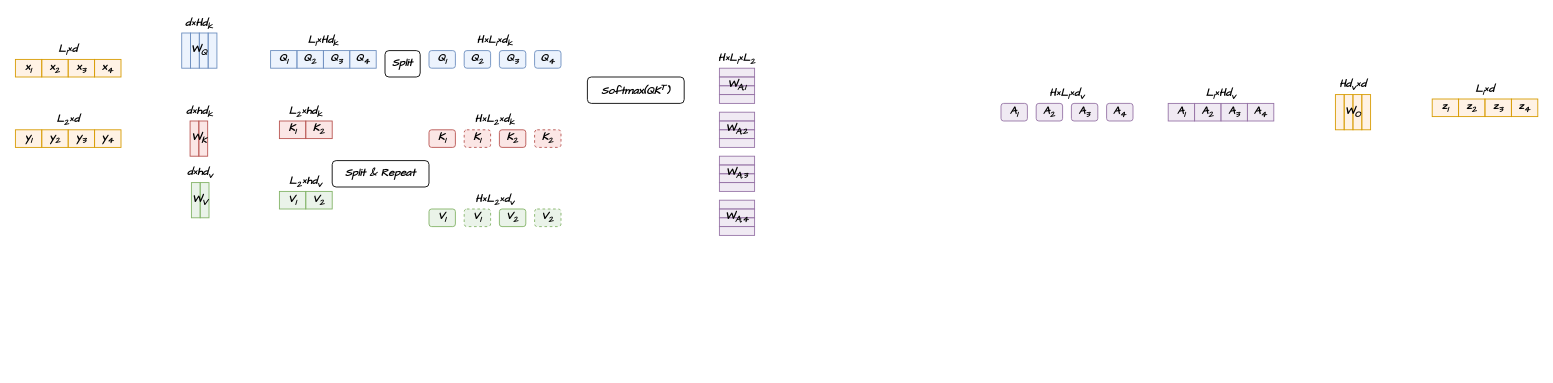
Above: page "第 2 页" (2 of 2) of 未命名绘图2.drawio in ZhangzeqingCN/api-project (draw.io), before the change. Source tidied: cells renumbered, new cells numbered last; positions are measured from the earlier drawing's top-left corner, leaving out a move shared by most shapes. Both pictures are drawn from the tidied source at 88%, with x=0, y=0 at pixel (15, 15).
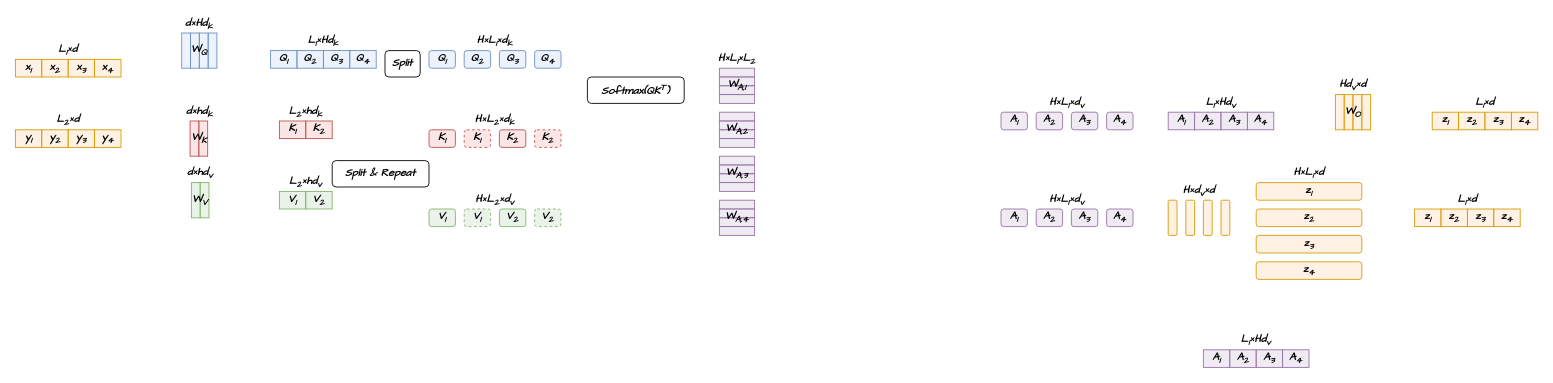
Above is the later version.

Commit message (it also covers changes not shown here):
更新未命名绘图2.drawio

What changed in the source:
```diff
@@
     <mxCell id="85" style="group;" parent="1" vertex="1">
-      <mxGeometry x="1610" y="75" width="120" height="40" as="geometry" />
+      <mxGeometry x="1610" y="90" width="120" height="40" as="geometry" />
     </mxCell>
@@
     <mxCell id="91" style="group;" parent="1" vertex="1">
-      <mxGeometry x="1120" y="80" width="150" height="40" as="geometry" />
+      <mxGeometry x="1120" y="90" width="150" height="40" as="geometry" />
     </mxCell>
@@
     <mxCell id="97" style="group;" parent="1" vertex="1">
-      <mxGeometry x="1310" y="80" width="120" height="40" as="geometry" />
+      <mxGeometry x="1310" y="90" width="120" height="40" as="geometry" />
     </mxCell>
@@
+    <mxCell id="110" style="group;" parent="1" vertex="1">
+      <mxGeometry x="1120" y="200" width="150" height="40" as="geometry" />
+    </mxCell>
+    <mxCell id="111" value="&lt;span&gt;&lt;span&gt;A&lt;sub&gt;1&lt;/sub&gt;&lt;/span&gt;&lt;/span&gt;" style="rounded=1;whiteSpace=wrap;html=1;rotation=0;fillColor=#e1d5e7;strokeColor=#9673a6;fillOpacity=50;fontFamily=Comic Sans MS;fontStyle=3;" parent="110" vertex="1">
+      <mxGeometry y="20" width="30" height="20" as="geometry" />
+    </mxCell>
+    <mxCell id="112" value="&lt;span&gt;&lt;span&gt;A&lt;sub&gt;2&lt;/sub&gt;&lt;/span&gt;&lt;/span&gt;" style="rounded=1;whiteSpace=wrap;html=1;rotation=0;fillColor=#e1d5e7;strokeColor=#9673a6;fillOpacity=50;fontFamily=Comic Sans MS;fontStyle=3;" parent="110" vertex="1">
+      <mxGeometry x="40" y="20" width="30" height="20" as="geometry" />
+    </mxCell>
+    <mxCell id="113" value="&lt;span&gt;&lt;span&gt;A&lt;sub&gt;3&lt;/sub&gt;&lt;/span&gt;&lt;/span&gt;" style="rounded=1;whiteSpace=wrap;html=1;rotation=0;fillColor=#e1d5e7;strokeColor=#9673a6;fillOpacity=50;fontFamily=Comic Sans MS;fontStyle=3;" parent="110" vertex="1">
+      <mxGeometry x="80" y="20" width="30" height="20" as="geometry" />
+    </mxCell>
+    <mxCell id="114" value="&lt;span&gt;&lt;span&gt;A&lt;sub&gt;4&lt;/sub&gt;&lt;/span&gt;&lt;/span&gt;" style="rounded=1;whiteSpace=wrap;html=1;rotation=0;fillColor=#e1d5e7;strokeColor=#9673a6;fillOpacity=50;fontFamily=Comic Sans MS;fontStyle=3;" parent="110" vertex="1">
+      <mxGeometry x="120" y="20" width="30" height="20" as="geometry" />
+    </mxCell>
+    <mxCell id="115" value="&lt;font&gt;H×&lt;span&gt;&lt;span&gt;L&lt;sub&gt;1&lt;/sub&gt;×d&lt;sub&gt;v&lt;/sub&gt;&lt;/span&gt;&lt;/span&gt;&lt;/font&gt;" style="text;html=1;align=center;verticalAlign=middle;whiteSpace=wrap;rounded=1;fontFamily=Comic Sans MS;fontStyle=3;" parent="110" vertex="1">
+      <mxGeometry width="150" height="20" as="geometry" />
+    </mxCell>
+    <mxCell id="116" style="group;" parent="1" vertex="1">
+      <mxGeometry x="1350" y="360" width="120" height="40" as="geometry" />
+    </mxCell>
+    <mxCell id="117" value="&lt;span&gt;&lt;span&gt;A&lt;sub&gt;1&lt;/sub&gt;&lt;/span&gt;&lt;/span&gt;" style="rounded=0;whiteSpace=wrap;html=1;rotation=0;fillColor=#e1d5e7;strokeColor=#9673a6;fillOpacity=50;fontFamily=Comic Sans MS;fontStyle=3;" parent="116" vertex="1">
+      <mxGeometry y="20" width="30" height="20" as="geometry" />
+    </mxCell>
+    <mxCell id="118" value="&lt;span&gt;&lt;span&gt;A&lt;sub&gt;2&lt;/sub&gt;&lt;/span&gt;&lt;/span&gt;" style="rounded=0;whiteSpace=wrap;html=1;rotation=0;fillColor=#e1d5e7;strokeColor=#9673a6;fillOpacity=50;fontFamily=Comic Sans MS;fontStyle=3;" parent="116" vertex="1">
+      <mxGeometry x="30" y="20" width="30" height="20" as="geometry" />
+    </mxCell>
+    <mxCell id="119" value="&lt;span&gt;&lt;span&gt;A&lt;sub&gt;3&lt;/sub&gt;&lt;/span&gt;&lt;/span&gt;" style="rounded=0;whiteSpace=wrap;html=1;rotation=0;fillColor=#e1d5e7;strokeColor=#9673a6;fillOpacity=50;fontFamily=Comic Sans MS;fontStyle=3;" parent="116" vertex="1">
+      <mxGeometry x="60" y="20" width="30" height="20" as="geometry" />
+    </mxCell>
+    <mxCell id="120" value="&lt;span&gt;&lt;span&gt;A&lt;sub&gt;4&lt;/sub&gt;&lt;/span&gt;&lt;/span&gt;" style="rounded=0;whiteSpace=wrap;html=1;rotation=0;fillColor=#e1d5e7;strokeColor=#9673a6;fillOpacity=50;fontFamily=Comic Sans MS;fontStyle=3;" parent="116" vertex="1">
+      <mxGeometry x="90" y="20" width="30" height="20" as="geometry" />
+    </mxCell>
+    <mxCell id="121" value="&lt;font&gt;&lt;span&gt;&lt;span&gt;L&lt;sub&gt;1&lt;/sub&gt;×Hd&lt;sub&gt;v&lt;/sub&gt;&lt;/span&gt;&lt;/span&gt;&lt;/font&gt;" style="text;html=1;align=center;verticalAlign=middle;whiteSpace=wrap;rounded=1;fontFamily=Comic Sans MS;fontStyle=3;" parent="116" vertex="1">
+      <mxGeometry width="120" height="20" as="geometry" />
+    </mxCell>
+    <mxCell id="122" value="&lt;font&gt;H×d&lt;sub&gt;v&lt;/sub&gt;×&lt;span&gt;&lt;span&gt;d&lt;/span&gt;&lt;/span&gt;&lt;/font&gt;" style="text;html=1;align=center;verticalAlign=middle;whiteSpace=wrap;rounded=0;fontFamily=Comic Sans MS;fontStyle=3;" parent="1" vertex="1">
+      <mxGeometry x="1310" y="190" width="70" height="20" as="geometry" />
+    </mxCell>
+    <mxCell id="123" style="rounded=1;whiteSpace=wrap;html=1;rotation=0;fillColor=#ffe6cc;strokeColor=#d79b00;fillOpacity=50;fontSize=6;fontFamily=Comic Sans MS;fontStyle=3;" parent="1" vertex="1">
+      <mxGeometry x="1310" y="210" width="10" height="40" as="geometry" />
+    </mxCell>
+    <mxCell id="124" style="rounded=1;whiteSpace=wrap;html=1;rotation=0;fillColor=#ffe6cc;strokeColor=#d79b00;fillOpacity=50;fontSize=6;fontFamily=Comic Sans MS;fontStyle=3;" parent="1" vertex="1">
+      <mxGeometry x="1350" y="210" width="10" height="40" as="geometry" />
+    </mxCell>
+    <mxCell id="125" style="rounded=1;whiteSpace=wrap;html=1;rotation=0;fillColor=#ffe6cc;strokeColor=#d79b00;fillOpacity=50;fontSize=6;fontFamily=Comic Sans MS;fontStyle=3;" parent="1" vertex="1">
+      <mxGeometry x="1330" y="210" width="10" height="40" as="geometry" />
+    </mxCell>
+    <mxCell id="126" style="rounded=1;whiteSpace=wrap;html=1;rotation=0;fillColor=#ffe6cc;strokeColor=#d79b00;fillOpacity=50;fontSize=6;fontFamily=Comic Sans MS;fontStyle=3;" parent="1" vertex="1">
+      <mxGeometry x="1370" y="210" width="10" height="40" as="geometry" />
+    </mxCell>
+    <mxCell id="127" value="&lt;span&gt;&lt;span&gt;z&lt;sub&gt;1&lt;/sub&gt;&lt;/span&gt;&lt;/span&gt;" style="rounded=1;whiteSpace=wrap;html=1;rotation=0;fillColor=#ffe6cc;strokeColor=#d79b00;fillOpacity=50;fontFamily=Comic Sans MS;fontStyle=3;" parent="1" vertex="1">
+      <mxGeometry x="1410" y="190" width="120" height="20" as="geometry" />
+    </mxCell>
+    <mxCell id="128" value="&lt;span&gt;&lt;span&gt;z&lt;sub&gt;2&lt;/sub&gt;&lt;/span&gt;&lt;/span&gt;" style="rounded=1;whiteSpace=wrap;html=1;rotation=0;fillColor=#ffe6cc;strokeColor=#d79b00;fillOpacity=50;fontFamily=Comic Sans MS;fontStyle=3;" parent="1" vertex="1">
+      <mxGeometry x="1410" y="220" width="120" height="20" as="geometry" />
+    </mxCell>
+    <mxCell id="129" value="&lt;span&gt;&lt;span&gt;z&lt;sub&gt;3&lt;/sub&gt;&lt;/span&gt;&lt;/span&gt;" style="rounded=1;whiteSpace=wrap;html=1;rotation=0;fillColor=#ffe6cc;strokeColor=#d79b00;fillOpacity=50;fontFamily=Comic Sans MS;fontStyle=3;" parent="1" vertex="1">
+      <mxGeometry x="1410" y="250" width="120" height="20" as="geometry" />
+    </mxCell>
+    <mxCell id="130" value="&lt;span&gt;&lt;span&gt;z&lt;sub&gt;4&lt;/sub&gt;&lt;/span&gt;&lt;/span&gt;" style="rounded=1;whiteSpace=wrap;html=1;rotation=0;fillColor=#ffe6cc;strokeColor=#d79b00;fillOpacity=50;fontFamily=Comic Sans MS;fontStyle=3;" parent="1" vertex="1">
+      <mxGeometry x="1410" y="280" width="120" height="20" as="geometry" />
+    </mxCell>
+    <mxCell id="131" value="&lt;font&gt;H×L&lt;sub&gt;1&lt;/sub&gt;×&lt;span&gt;&lt;span&gt;d&lt;/span&gt;&lt;/span&gt;&lt;/font&gt;" style="text;html=1;align=center;verticalAlign=middle;whiteSpace=wrap;rounded=0;fontFamily=Comic Sans MS;fontStyle=3;" parent="1" vertex="1">
+      <mxGeometry x="1410" y="170" width="120" height="20" as="geometry" />
+    </mxCell>
+    <mxCell id="132" style="group;" parent="1" vertex="1">
+      <mxGeometry x="1590" y="200" width="120" height="40" as="geometry" />
+    </mxCell>
+    <mxCell id="133" value="&lt;span&gt;&lt;span&gt;z&lt;sub&gt;1&lt;/sub&gt;&lt;/span&gt;&lt;/span&gt;" style="rounded=0;whiteSpace=wrap;html=1;rotation=0;fillColor=#ffe6cc;strokeColor=#d79b00;fillOpacity=50;fontFamily=Comic Sans MS;fontStyle=3;" parent="132" vertex="1">
+      <mxGeometry y="20" width="30" height="20" as="geometry" />
+    </mxCell>
+    <mxCell id="134" value="&lt;span&gt;&lt;span&gt;z&lt;sub&gt;2&lt;/sub&gt;&lt;/span&gt;&lt;/span&gt;" style="rounded=0;whiteSpace=wrap;html=1;rotation=0;fillColor=#ffe6cc;strokeColor=#d79b00;fillOpacity=50;fontFamily=Comic Sans MS;fontStyle=3;" parent="132" vertex="1">
+      <mxGeometry x="30" y="20" width="30" height="20" as="geometry" />
+    </mxCell>
+    <mxCell id="135" value="&lt;span&gt;&lt;span&gt;z&lt;sub&gt;3&lt;/sub&gt;&lt;/span&gt;&lt;/span&gt;" style="rounded=0;whiteSpace=wrap;html=1;rotation=0;fillColor=#ffe6cc;strokeColor=#d79b00;fillOpacity=50;fontFamily=Comic Sans MS;fontStyle=3;" parent="132" vertex="1">
+      <mxGeometry x="60" y="20" width="30" height="20" as="geometry" />
+    </mxCell>
+    <mxCell id="136" value="&lt;span&gt;&lt;span&gt;z&lt;sub&gt;4&lt;/sub&gt;&lt;/span&gt;&lt;/span&gt;" style="rounded=0;whiteSpace=wrap;html=1;rotation=0;fillColor=#ffe6cc;strokeColor=#d79b00;fillOpacity=50;fontFamily=Comic Sans MS;fontStyle=3;" parent="132" vertex="1">
+      <mxGeometry x="90" y="20" width="30" height="20" as="geometry" />
+    </mxCell>
+    <mxCell id="137" value="&lt;font&gt;&lt;span&gt;&lt;span&gt;L&lt;sub&gt;1&lt;/sub&gt;×d&lt;/span&gt;&lt;/span&gt;&lt;/font&gt;" style="text;html=1;align=center;verticalAlign=middle;whiteSpace=wrap;rounded=0;fontFamily=Comic Sans MS;fontStyle=3;" parent="132" vertex="1">
+      <mxGeometry width="120" height="20" as="geometry" />
+    </mxCell>
```
